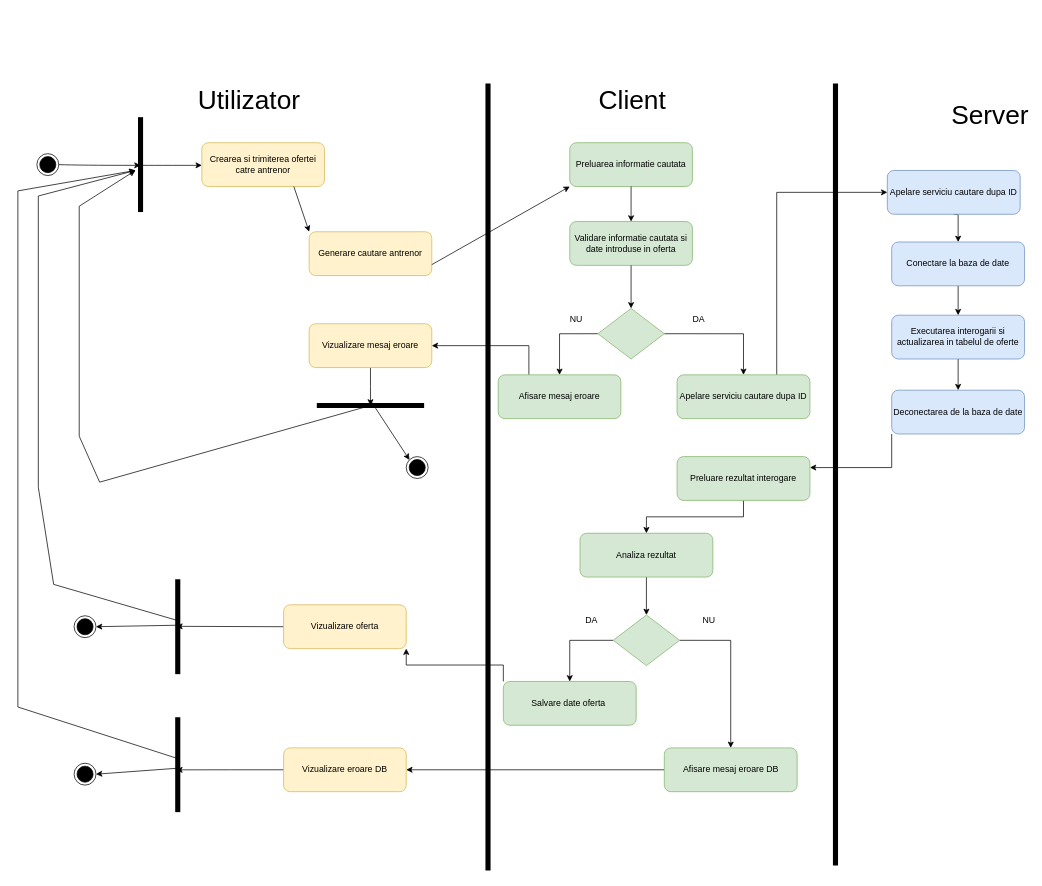
The draw.io diagram diagrams/ChangeCoach.drawio in CaesarHD/football-club-simulator, before the edit. Source tidied: cells renumbered, new cells numbered last; positions are measured from the earlier drawing's top-left corner, leaving out a move shared by most shapes. Both pictures are drawn from the tidied source at 73%, with x=0, y=0 at pixel (18, 83).
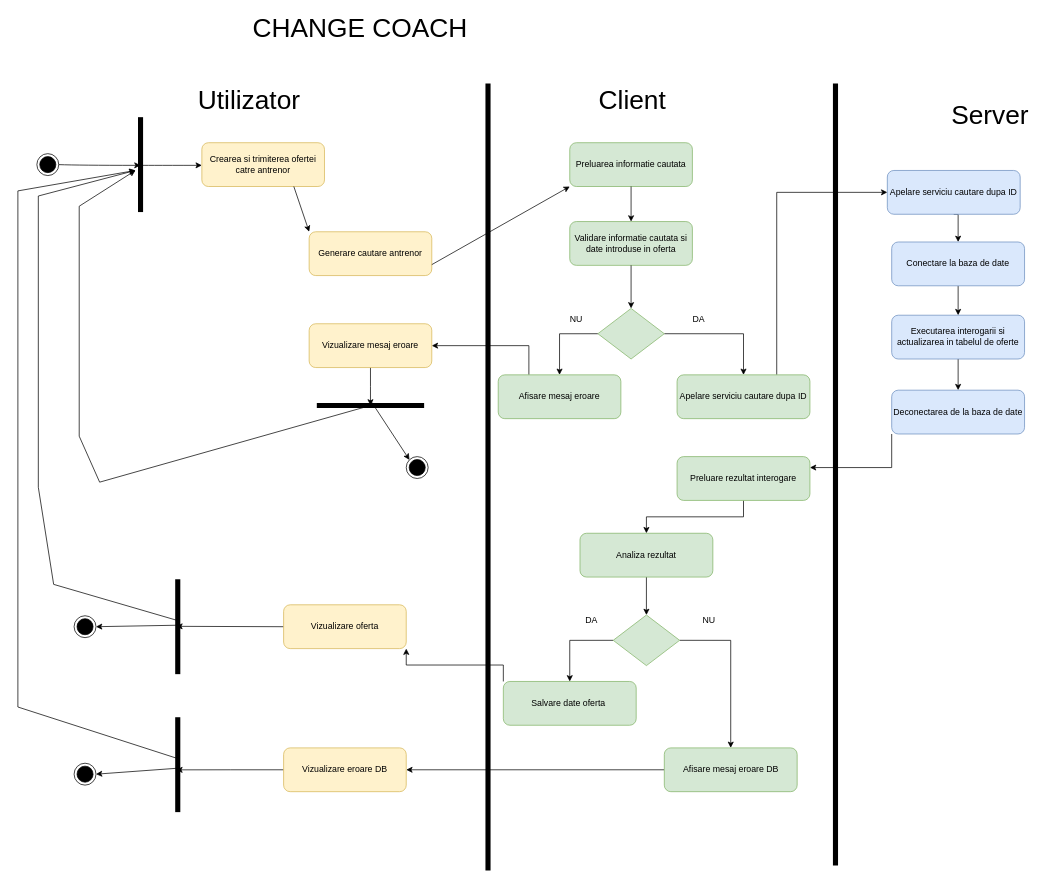
The same diagram, later.

Change to the diagram source:
```diff
@@
+    <mxCell id="67" value="&lt;font style=&quot;font-size: 36px;&quot;&gt;CHANGE COACH&lt;/font&gt;" style="text;html=1;whiteSpace=wrap;strokeColor=none;fillColor=none;align=center;verticalAlign=middle;rounded=0;" parent="1" vertex="1">
+      <mxGeometry x="238" y="-91" width="462" height="30" as="geometry" />
+    </mxCell>
```
